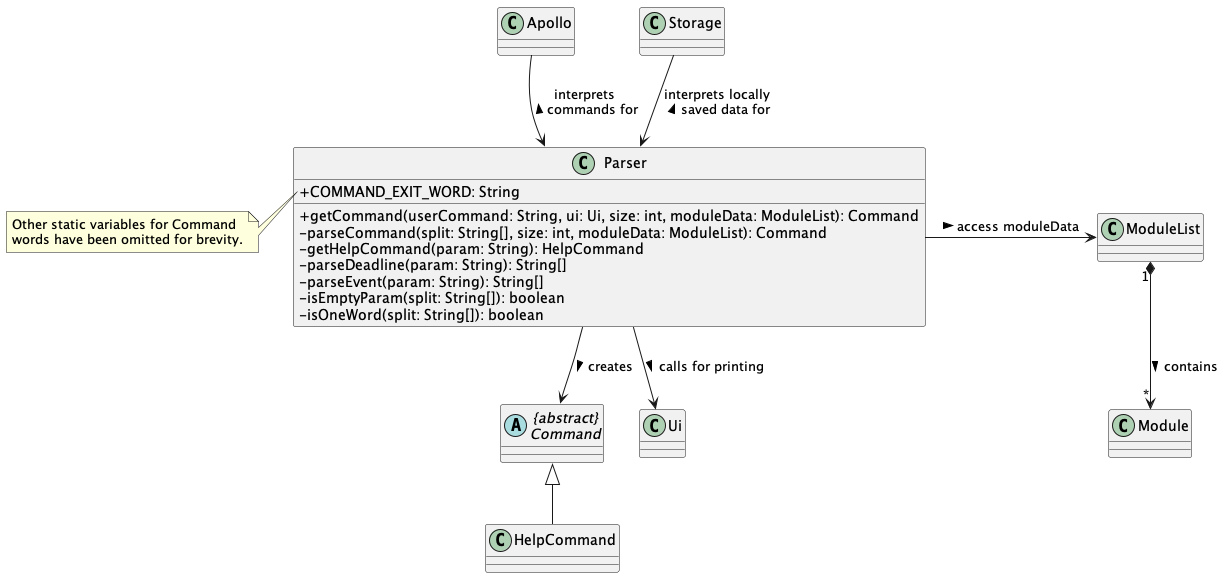
nus-cs2113-AY2223S2/tp keeps this PlantUML diagram as docs/uml-diagrams/Parser.png. Above is the earlier version.
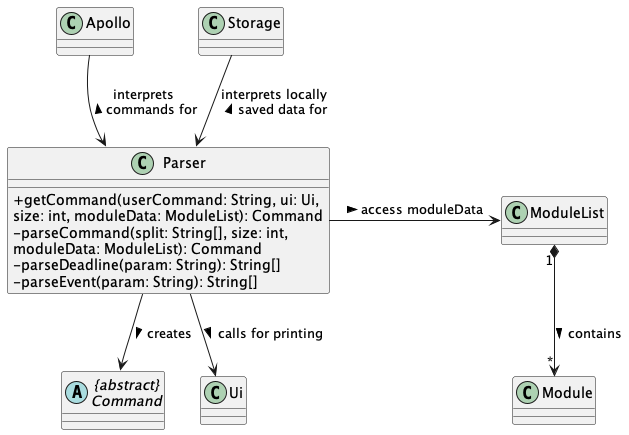
The same diagram one commit later.

Diff of the diagram source:
```diff
@@ -5,19 +5,13 @@
 Storage --> Parser : interprets locally \nsaved data for <
 
 class Parser {
-+ COMMAND_EXIT_WORD: String
-+ getCommand(userCommand: String, ui: Ui, size: int, moduleData: ModuleList): Command
-- parseCommand(split: String[], size: int, moduleData: ModuleList): Command
-- getHelpCommand(param: String): HelpCommand
++ getCommand(userCommand: String, ui: Ui,
+size: int, moduleData: ModuleList): Command
+- parseCommand(split: String[], size: int,
+moduleData: ModuleList): Command
 - parseDeadline(param: String): String[]
 - parseEvent(param: String): String[]
-- isEmptyParam(split: String[]): boolean
-- isOneWord(split: String[]): boolean
 }
-note left of Parser::COMMAND_EXIT_WORD
-    Other static variables for Command
-    words have been omitted for brevity.
-end note
 
 Parser -> ModuleList : access moduleData >
 ModuleList "1" *--> "*" Module : contains >
@@ -25,7 +19,5 @@
 abstract class "{abstract}\nCommand" as Command
 Parser --> Ui : calls for printing >
 Parser --> Command: creates >
-Command <|-- HelpCommand
-
 
 @enduml
```
